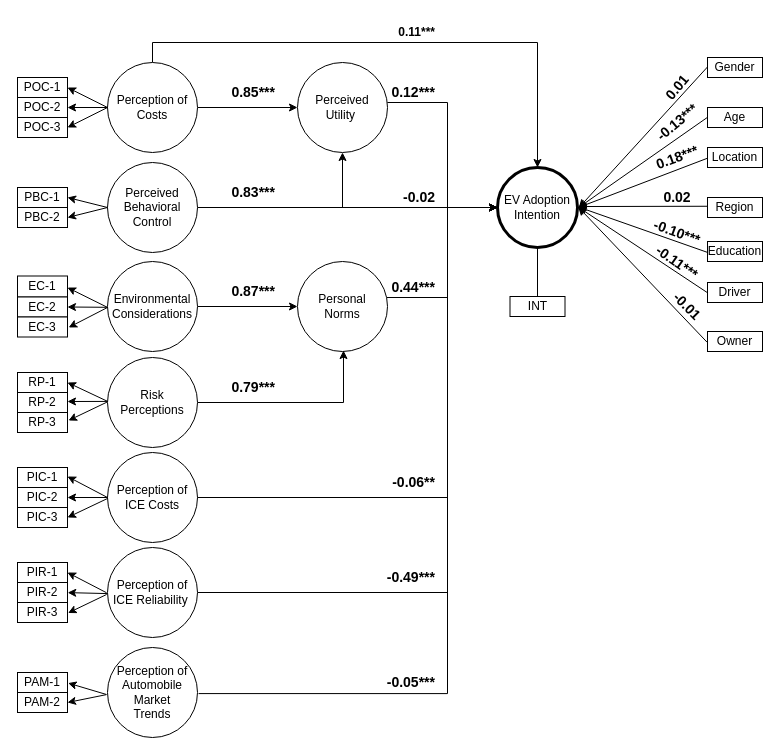
ChullEPG/taxi-survey keeps this draw.io diagram as page "Page-1" (1 of 2) of final_path_diagram.drawio. Above is the earlier version. Source tidied: cells renumbered, new cells numbered last; positions are measured from the earlier drawing's top-left corner, leaving out a move shared by most shapes. Both pictures are drawn from the tidied source at 100%, with x=0, y=0 at pixel (17, 17).
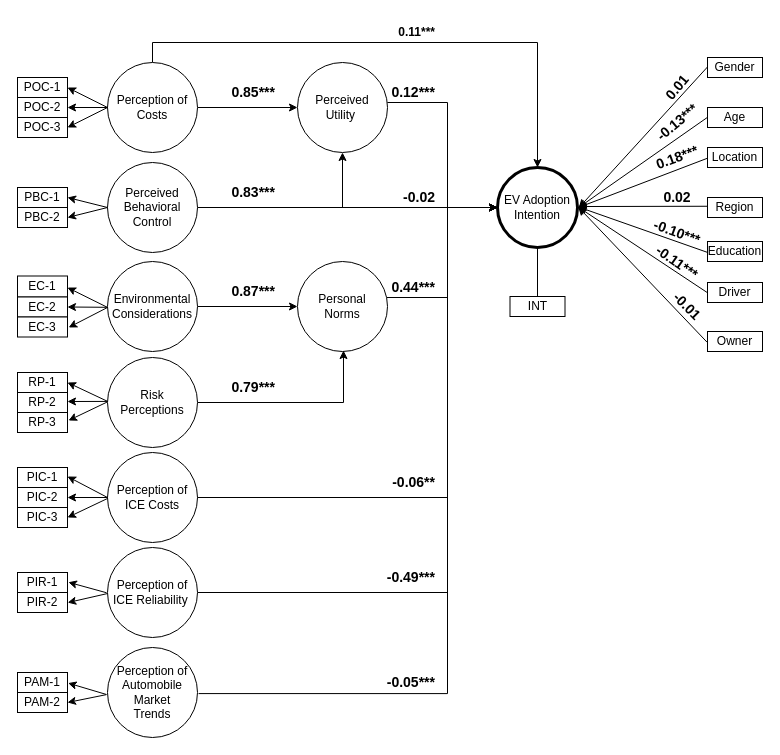
The same diagram, later.

The change refers to these unchanged cells:
```xml
<mxCell id="46" value="Perception of ICE Reliability&amp;nbsp;" style="ellipse;whiteSpace=wrap;html=1;" parent="1" vertex="1">
  <mxGeometry x="90" y="530" width="90" height="90" as="geometry" />
</mxCell>
```

The edit, as a diff of the source:
```diff
@@
     <mxCell id="54" value="PIR-2" style="rounded=0;whiteSpace=wrap;html=1;" parent="1" vertex="1">
-      <mxGeometry y="565" width="50" height="20" as="geometry" />
+      <mxGeometry y="575" width="50" height="20" as="geometry" />
     </mxCell>
     <mxCell id="55" value="PIR-1" style="rounded=0;whiteSpace=wrap;html=1;" parent="1" vertex="1">
-      <mxGeometry y="545" width="50" height="20" as="geometry" />
+      <mxGeometry y="555" width="50" height="20" as="geometry" />
     </mxCell>
-    <mxCell id="56" value="PIR-3" style="rounded=0;whiteSpace=wrap;html=1;" parent="1" vertex="1">
-      <mxGeometry y="585" width="50" height="20" as="geometry" />
-    </mxCell>
-    <mxCell id="57" style="endArrow=classic;html=1;rounded=0;exitX=-0.01;exitY=0.503;exitDx=0;exitDy=0;exitPerimeter=0;" parent="1" edge="1" source="46">
-      <mxGeometry relative="1" as="geometry">
-        <mxPoint x="50" y="555" as="targetPoint" />
-      </mxGeometry>
+    <mxCell id="57" style="endArrow=classic;html=1;rounded=0;exitX=-0.01;exitY=0.503;exitDx=0;exitDy=0;exitPerimeter=0;entryX=1.018;entryY=0.488;entryDx=0;entryDy=0;entryPerimeter=0;" parent="1" edge="1" source="46" target="55">
+      <mxGeometry relative="1" as="geometry" />
     </mxCell>
@@
-    <mxCell id="92" style="endArrow=classic;html=1;rounded=0;exitX=-0.01;exitY=0.522;exitDx=0;exitDy=0;exitPerimeter=0;entryX=1.012;entryY=0.524;entryDx=0;entryDy=0;entryPerimeter=0;" parent="1" edge="1" source="46" target="56">
-      <mxGeometry relative="1" as="geometry" />
-    </mxCell>
```
